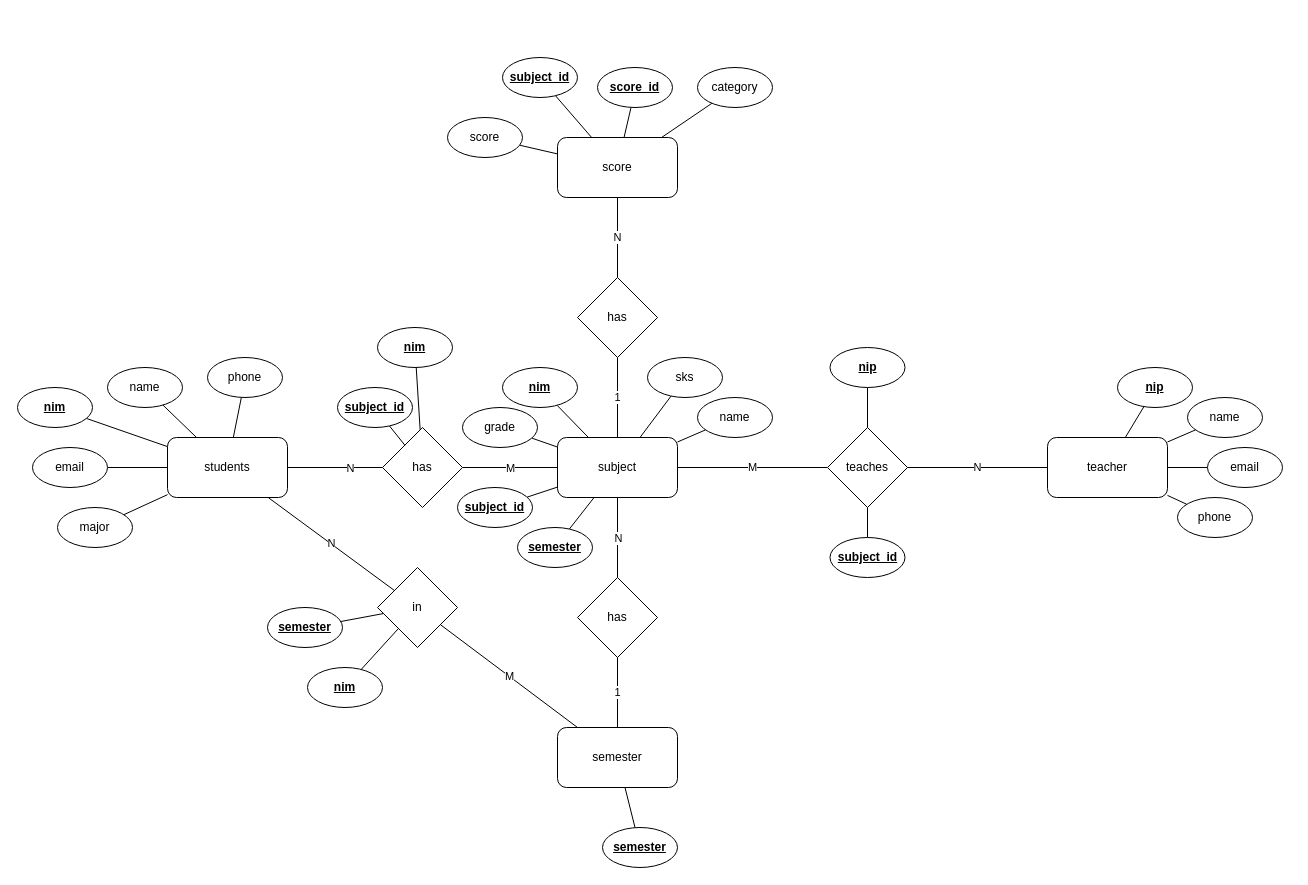
This is data_model/data_model.drawio from thoriqadillah/student-api, a draw.io file, before an edit. Source tidied: cells renumbered, new cells numbered last; positions are measured from the earlier drawing's top-left corner, leaving out a move shared by most shapes. Both pictures are drawn from the tidied source at 100%, with x=0, y=0 at pixel (17, 57).
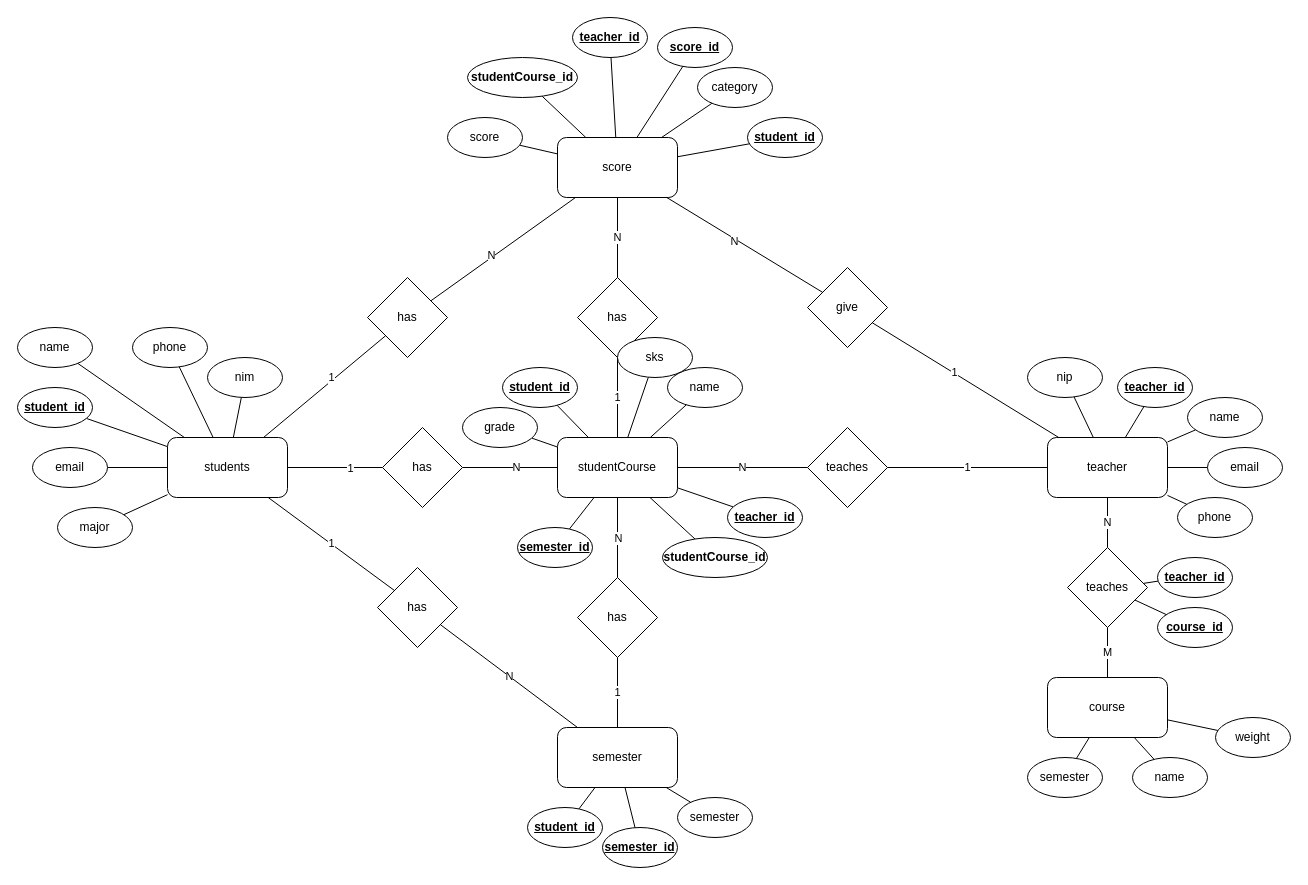
The same diagram, later.

Commit message (it also covers changes not shown here):
fixing data model

The change refers to these unchanged cells:
```xml
<mxCell id="2" style="edgeStyle=orthogonalEdgeStyle;rounded=0;jettySize=auto;html=1;endArrow=none;endFill=0;" parent="1" edge="1" source="5" target="7">
  <mxGeometry relative="1" as="geometry" />
</mxCell>
<mxCell id="5" value="students" style="rounded=1;whiteSpace=wrap;html=1;" parent="1" vertex="1">
  <mxGeometry x="150" y="380" width="120" height="60" as="geometry" />
</mxCell>
<mxCell id="7" value="has" style="rhombus;whiteSpace=wrap;html=1;" parent="1" vertex="1">
  <mxGeometry x="365" y="370" width="80" height="80" as="geometry" />
</mxCell>
<mxCell id="9" value="semester" style="rounded=1;whiteSpace=wrap;html=1;" parent="1" vertex="1">
  <mxGeometry x="540" y="670" width="120" height="60" as="geometry" />
</mxCell>
<mxCell id="12" value="score" style="rounded=1;whiteSpace=wrap;html=1;" parent="1" vertex="1">
  <mxGeometry x="540" y="80" width="120" height="60" as="geometry" />
</mxCell>
<mxCell id="19" value="teacher" style="rounded=1;whiteSpace=wrap;html=1;" parent="1" vertex="1">
  <mxGeometry x="1030" y="380" width="120" height="60" as="geometry" />
</mxCell>
```

Diff of the diagram source:
```diff
@@
-    <mxCell id="3" value="N" style="edgeLabel;html=1;align=center;verticalAlign=middle;" parent="2" vertex="1">
+    <mxCell id="3" value="1" style="edgeLabel;html=1;align=center;verticalAlign=middle;" parent="2" vertex="1">
       <mxGeometry x="0.3" relative="1" as="geometry" />
     </mxCell>
-    <mxCell id="4" value="N" style="edgeStyle=none;rounded=0;jettySize=auto;html=1;endArrow=none;endFill=0;" parent="1" edge="1" source="5" target="31">
+    <mxCell id="4" value="1" style="edgeStyle=none;rounded=0;jettySize=auto;html=1;endArrow=none;endFill=0;" parent="1" edge="1" source="5" target="31">
       <mxGeometry relative="1" as="geometry" />
     </mxCell>
+    <mxCell id="76" style="edgeStyle=none;rounded=0;jettySize=auto;html=1;endArrow=none;endFill=0;startArrow=none;" parent="1" edge="1" source="83" target="12">
+      <mxGeometry relative="1" as="geometry" />
+    </mxCell>
+    <mxCell id="77" value="N" style="edgeLabel;html=1;align=center;verticalAlign=middle;" parent="76" vertex="1">
+      <mxGeometry x="-0.16" y="1" relative="1" as="geometry">
+        <mxPoint y="-1" as="offset" />
+      </mxGeometry>
+    </mxCell>
@@
-    <mxCell id="6" value="M" style="edgeStyle=orthogonalEdgeStyle;rounded=0;jettySize=auto;html=1;endArrow=none;endFill=0;" parent="1" edge="1" source="7">
-      <mxGeometry relative="1" as="geometry">
+    <mxCell id="6" value="N" style="edgeStyle=orthogonalEdgeStyle;rounded=0;jettySize=auto;html=1;endArrow=none;endFill=0;" parent="1" edge="1" source="7">
+      <mxGeometry x="0.16" relative="1" as="geometry">
         <mxPoint x="540" y="410" as="targetPoint" />
       </mxGeometry>
     </mxCell>
@@
-    <mxCell id="14" value="subject" style="rounded=1;whiteSpace=wrap;html=1;" parent="1" vertex="1">
+    <mxCell id="14" value="studentCourse" style="rounded=1;whiteSpace=wrap;html=1;" parent="1" vertex="1">
       <mxGeometry x="540" y="380" width="120" height="60" as="geometry" />
     </mxCell>
@@
-    <mxCell id="18" value="N" style="rounded=0;jettySize=auto;html=1;endArrow=none;endFill=0;" parent="1" edge="1" source="19" target="21">
-      <mxGeometry relative="1" as="geometry" />
-    </mxCell>
+    <mxCell id="78" style="rounded=0;jettySize=auto;html=1;endArrow=none;endFill=0;startArrow=none;" parent="1" edge="1" source="80" target="12">
+      <mxGeometry relative="1" as="geometry" />
+    </mxCell>
+    <mxCell id="79" value="N" style="edgeLabel;html=1;align=center;verticalAlign=middle;" parent="78" vertex="1">
+      <mxGeometry x="0.12" y="2" relative="1" as="geometry" />
+    </mxCell>
@@
-    <mxCell id="20" value="M" style="edgeStyle=none;rounded=0;jettySize=auto;html=1;endArrow=none;endFill=0;" parent="1" edge="1" source="21" target="14">
-      <mxGeometry relative="1" as="geometry" />
-    </mxCell>
-    <mxCell id="21" value="teaches" style="rhombus;whiteSpace=wrap;html=1;" parent="1" vertex="1">
-      <mxGeometry x="810" y="370" width="80" height="80" as="geometry" />
-    </mxCell>
@@
-    <mxCell id="23" value="&lt;b&gt;&lt;u&gt;nim&lt;/u&gt;&lt;/b&gt;" style="ellipse;whiteSpace=wrap;html=1;" parent="1" vertex="1">
+    <mxCell id="23" value="&lt;b&gt;&lt;u&gt;student_id&lt;/u&gt;&lt;/b&gt;" style="ellipse;whiteSpace=wrap;html=1;" parent="1" vertex="1">
       <mxGeometry y="330" width="75" height="40" as="geometry" />
     </mxCell>
@@
     <mxCell id="25" value="name" style="ellipse;whiteSpace=wrap;html=1;" parent="1" vertex="1">
-      <mxGeometry x="90" y="310" width="75" height="40" as="geometry" />
+      <mxGeometry y="270" width="75" height="40" as="geometry" />
     </mxCell>
@@
-    <mxCell id="30" value="M" style="edgeStyle=none;rounded=0;jettySize=auto;html=1;endArrow=none;endFill=0;" parent="1" edge="1" source="31" target="9">
+    <mxCell id="30" value="N" style="edgeStyle=none;rounded=0;jettySize=auto;html=1;endArrow=none;endFill=0;" parent="1" edge="1" source="31" target="9">
       <mxGeometry relative="1" as="geometry" />
     </mxCell>
-    <mxCell id="31" value="in" style="rhombus;whiteSpace=wrap;html=1;" parent="1" vertex="1">
+    <mxCell id="31" value="has" style="rhombus;whiteSpace=wrap;html=1;" parent="1" vertex="1">
       <mxGeometry x="360" y="510" width="80" height="80" as="geometry" />
     </mxCell>
-    <mxCell id="32" style="edgeStyle=none;rounded=0;jettySize=auto;html=1;endArrow=none;endFill=0;" parent="1" edge="1" source="33" target="31">
-      <mxGeometry relative="1" as="geometry" />
-    </mxCell>
-    <mxCell id="33" value="&lt;u&gt;&lt;b&gt;semester&lt;/b&gt;&lt;/u&gt;" style="ellipse;whiteSpace=wrap;html=1;" parent="1" vertex="1">
-      <mxGeometry x="250" y="550" width="75" height="40" as="geometry" />
-    </mxCell>
-    <mxCell id="34" style="edgeStyle=none;rounded=0;jettySize=auto;html=1;endArrow=none;endFill=0;" parent="1" edge="1" source="35" target="31">
-      <mxGeometry relative="1" as="geometry" />
-    </mxCell>
-    <mxCell id="35" value="&lt;b&gt;&lt;u&gt;nim&lt;/u&gt;&lt;/b&gt;" style="ellipse;whiteSpace=wrap;html=1;" parent="1" vertex="1">
-      <mxGeometry x="290" y="610" width="75" height="40" as="geometry" />
-    </mxCell>
@@
-    <mxCell id="37" value="&lt;u&gt;&lt;b&gt;semester&lt;/b&gt;&lt;/u&gt;" style="ellipse;whiteSpace=wrap;html=1;" parent="1" vertex="1">
+    <mxCell id="37" value="&lt;u&gt;&lt;b&gt;semester_id&lt;/b&gt;&lt;/u&gt;" style="ellipse;whiteSpace=wrap;html=1;" parent="1" vertex="1">
       <mxGeometry x="585" y="770" width="75" height="40" as="geometry" />
     </mxCell>
@@
-    <mxCell id="39" value="&lt;u&gt;&lt;b&gt;subject_id&lt;/b&gt;&lt;/u&gt;" style="ellipse;whiteSpace=wrap;html=1;" parent="1" vertex="1">
-      <mxGeometry x="440" y="430" width="75" height="40" as="geometry" />
+    <mxCell id="39" value="&lt;b&gt;studentCourse_id&lt;/b&gt;" style="ellipse;whiteSpace=wrap;html=1;" parent="1" vertex="1">
+      <mxGeometry x="645" y="480" width="105" height="40" as="geometry" />
     </mxCell>
@@
-    <mxCell id="41" value="&lt;u&gt;&lt;b&gt;semester&lt;/b&gt;&lt;/u&gt;" style="ellipse;whiteSpace=wrap;html=1;" parent="1" vertex="1">
+    <mxCell id="41" value="&lt;u&gt;&lt;b&gt;semester_id&lt;/b&gt;&lt;/u&gt;" style="ellipse;whiteSpace=wrap;html=1;" parent="1" vertex="1">
       <mxGeometry x="500" y="470" width="75" height="40" as="geometry" />
     </mxCell>
@@
-    <mxCell id="43" value="&lt;b&gt;&lt;u&gt;nim&lt;/u&gt;&lt;/b&gt;" style="ellipse;whiteSpace=wrap;html=1;" parent="1" vertex="1">
+    <mxCell id="43" value="&lt;b&gt;&lt;u&gt;student_id&lt;/u&gt;&lt;/b&gt;" style="ellipse;whiteSpace=wrap;html=1;" parent="1" vertex="1">
       <mxGeometry x="485" y="310" width="75" height="40" as="geometry" />
     </mxCell>
@@
     <mxCell id="45" value="name" style="ellipse;whiteSpace=wrap;html=1;" parent="1" vertex="1">
-      <mxGeometry x="680" y="340" width="75" height="40" as="geometry" />
+      <mxGeometry x="650" y="310" width="75" height="40" as="geometry" />
     </mxCell>
@@
     <mxCell id="47" value="sks" style="ellipse;whiteSpace=wrap;html=1;" parent="1" vertex="1">
-      <mxGeometry x="630" y="300" width="75" height="40" as="geometry" />
+      <mxGeometry x="600" y="280" width="75" height="40" as="geometry" />
     </mxCell>
@@
-    <mxCell id="49" value="&lt;u&gt;&lt;b&gt;subject_id&lt;/b&gt;&lt;/u&gt;" style="ellipse;whiteSpace=wrap;html=1;" parent="1" vertex="1">
-      <mxGeometry x="485" width="75" height="40" as="geometry" />
+    <mxCell id="49" value="&lt;b&gt;studentCourse_id&lt;/b&gt;" style="ellipse;whiteSpace=wrap;html=1;" parent="1" vertex="1">
+      <mxGeometry x="450" width="110" height="40" as="geometry" />
     </mxCell>
@@
     <mxCell id="51" value="&lt;u&gt;&lt;b&gt;score_id&lt;/b&gt;&lt;/u&gt;" style="ellipse;whiteSpace=wrap;html=1;" parent="1" vertex="1">
-      <mxGeometry x="580" y="10" width="75" height="40" as="geometry" />
+      <mxGeometry x="640" y="-30" width="75" height="40" as="geometry" />
     </mxCell>
@@
-    <mxCell id="56" style="edgeStyle=none;rounded=0;jettySize=auto;html=1;endArrow=none;endFill=0;" parent="1" edge="1" source="57" target="21">
-      <mxGeometry relative="1" as="geometry" />
-    </mxCell>
-    <mxCell id="57" value="&lt;u&gt;&lt;b&gt;subject_id&lt;/b&gt;&lt;/u&gt;" style="ellipse;whiteSpace=wrap;html=1;" parent="1" vertex="1">
-      <mxGeometry x="812.5" y="480" width="75" height="40" as="geometry" />
-    </mxCell>
@@
-    <mxCell id="59" value="&lt;u&gt;&lt;b&gt;nip&lt;/b&gt;&lt;/u&gt;" style="ellipse;whiteSpace=wrap;html=1;" parent="1" vertex="1">
+    <mxCell id="59" value="&lt;u&gt;&lt;b&gt;teacher_id&lt;/b&gt;&lt;/u&gt;" style="ellipse;whiteSpace=wrap;html=1;" parent="1" vertex="1">
       <mxGeometry x="1100" y="310" width="75" height="40" as="geometry" />
     </mxCell>
-    <mxCell id="60" style="edgeStyle=none;rounded=0;jettySize=auto;html=1;endArrow=none;endFill=0;" parent="1" edge="1" source="61" target="21">
-      <mxGeometry relative="1" as="geometry" />
-    </mxCell>
-    <mxCell id="61" value="&lt;u&gt;&lt;b&gt;nip&lt;/b&gt;&lt;/u&gt;" style="ellipse;whiteSpace=wrap;html=1;" parent="1" vertex="1">
-      <mxGeometry x="812.5" y="290" width="75" height="40" as="geometry" />
-    </mxCell>
@@
     <mxCell id="67" value="phone" style="ellipse;whiteSpace=wrap;html=1;" parent="1" vertex="1">
-      <mxGeometry x="190" y="300" width="75" height="40" as="geometry" />
+      <mxGeometry x="115" y="270" width="75" height="40" as="geometry" />
     </mxCell>
@@
-    <mxCell id="72" style="edgeStyle=none;rounded=0;jettySize=auto;html=1;endArrow=none;endFill=0;" parent="1" edge="1" source="73" target="7">
-      <mxGeometry relative="1" as="geometry" />
-    </mxCell>
-    <mxCell id="73" value="&lt;u&gt;&lt;b&gt;subject_id&lt;/b&gt;&lt;/u&gt;" style="ellipse;whiteSpace=wrap;html=1;" parent="1" vertex="1">
-      <mxGeometry x="320" y="330" width="75" height="40" as="geometry" />
-    </mxCell>
-    <mxCell id="74" style="rounded=0;jettySize=auto;html=1;endArrow=none;endFill=0;" parent="1" edge="1" source="75" target="7">
-      <mxGeometry relative="1" as="geometry" />
-    </mxCell>
-    <mxCell id="75" value="&lt;b&gt;&lt;u&gt;nim&lt;/u&gt;&lt;/b&gt;" style="ellipse;whiteSpace=wrap;html=1;" parent="1" vertex="1">
-      <mxGeometry x="360" y="270" width="75" height="40" as="geometry" />
-    </mxCell>
+    <mxCell id="80" value="give" style="rhombus;whiteSpace=wrap;html=1;" parent="1" vertex="1">
+      <mxGeometry x="790" y="210" width="80" height="80" as="geometry" />
+    </mxCell>
+    <mxCell id="81" style="rounded=0;jettySize=auto;html=1;endArrow=none;endFill=0;" parent="1" edge="1" source="19" target="80">
+      <mxGeometry relative="1" as="geometry" />
+    </mxCell>
+    <mxCell id="82" value="1" style="edgeLabel;html=1;align=center;verticalAlign=middle;" parent="81" vertex="1">
+      <mxGeometry x="0.13" y="-1" relative="1" as="geometry" />
+    </mxCell>
+    <mxCell id="83" value="has" style="rhombus;whiteSpace=wrap;html=1;" parent="1" vertex="1">
+      <mxGeometry x="350" y="220" width="80" height="80" as="geometry" />
+    </mxCell>
+    <mxCell id="84" style="edgeStyle=none;rounded=0;jettySize=auto;html=1;endArrow=none;endFill=0;" parent="1" edge="1" source="5" target="83">
+      <mxGeometry relative="1" as="geometry" />
+    </mxCell>
+    <mxCell id="85" value="1" style="edgeLabel;html=1;align=center;verticalAlign=middle;" parent="84" vertex="1">
+      <mxGeometry x="0.15" y="3" relative="1" as="geometry" />
+    </mxCell>
+    <mxCell id="86" style="edgeStyle=none;rounded=0;jettySize=auto;html=1;endArrow=none;endFill=0;" parent="1" edge="1" source="87" target="12">
+      <mxGeometry relative="1" as="geometry" />
+    </mxCell>
+    <mxCell id="87" value="&lt;u&gt;&lt;b&gt;teacher_id&lt;/b&gt;&lt;/u&gt;" style="ellipse;whiteSpace=wrap;html=1;" parent="1" vertex="1">
+      <mxGeometry x="555" y="-40" width="75" height="40" as="geometry" />
+    </mxCell>
+    <mxCell id="88" style="edgeStyle=none;rounded=0;jettySize=auto;html=1;endArrow=none;endFill=0;" parent="1" edge="1" source="89" target="12">
+      <mxGeometry relative="1" as="geometry" />
+    </mxCell>
+    <mxCell id="89" value="&lt;b&gt;&lt;u&gt;student_id&lt;/u&gt;&lt;/b&gt;" style="ellipse;whiteSpace=wrap;html=1;" parent="1" vertex="1">
+      <mxGeometry x="730" y="60" width="75" height="40" as="geometry" />
+    </mxCell>
+    <mxCell id="90" style="edgeStyle=none;rounded=0;jettySize=auto;html=1;endArrow=none;endFill=0;" parent="1" edge="1" source="91" target="9">
+      <mxGeometry relative="1" as="geometry" />
+    </mxCell>
+    <mxCell id="91" value="&lt;b&gt;&lt;u&gt;student_id&lt;/u&gt;&lt;/b&gt;" style="ellipse;whiteSpace=wrap;html=1;" parent="1" vertex="1">
+      <mxGeometry x="510" y="750" width="75" height="40" as="geometry" />
+    </mxCell>
+    <mxCell id="92" value="course" style="rounded=1;whiteSpace=wrap;html=1;" parent="1" vertex="1">
+      <mxGeometry x="1030" y="620" width="120" height="60" as="geometry" />
+    </mxCell>
+    <mxCell id="93" value="N" style="edgeStyle=none;rounded=0;jettySize=auto;html=1;endArrow=none;endFill=0;" parent="1" edge="1" source="94" target="19">
+      <mxGeometry relative="1" as="geometry" />
+    </mxCell>
+    <mxCell id="20" value="M" style="edgeStyle=none;rounded=0;jettySize=auto;html=1;endArrow=none;endFill=0;" parent="1" edge="1" source="94" target="92">
+      <mxGeometry relative="1" as="geometry" />
+    </mxCell>
+    <mxCell id="94" value="teaches" style="rhombus;whiteSpace=wrap;html=1;" parent="1" vertex="1">
+      <mxGeometry x="1050" y="490" width="80" height="80" as="geometry" />
+    </mxCell>
+    <mxCell id="95" style="edgeStyle=none;rounded=0;jettySize=auto;html=1;endArrow=none;endFill=0;" parent="1" edge="1" source="96" target="94">
+      <mxGeometry relative="1" as="geometry" />
+    </mxCell>
+    <mxCell id="96" value="&lt;u&gt;&lt;b&gt;teacher_id&lt;/b&gt;&lt;/u&gt;" style="ellipse;whiteSpace=wrap;html=1;" parent="1" vertex="1">
+      <mxGeometry x="1140" y="500" width="75" height="40" as="geometry" />
+    </mxCell>
+    <mxCell id="97" style="edgeStyle=none;rounded=0;jettySize=auto;html=1;endArrow=none;endFill=0;" parent="1" edge="1" source="98" target="94">
+      <mxGeometry relative="1" as="geometry" />
+    </mxCell>
+    <mxCell id="98" value="&lt;u&gt;&lt;b&gt;course_id&lt;/b&gt;&lt;/u&gt;" style="ellipse;whiteSpace=wrap;html=1;" parent="1" vertex="1">
+      <mxGeometry x="1140" y="550" width="75" height="40" as="geometry" />
+    </mxCell>
+    <mxCell id="99" style="edgeStyle=none;rounded=0;jettySize=auto;html=1;endArrow=none;endFill=0;" parent="1" edge="1" source="100" target="92">
+      <mxGeometry relative="1" as="geometry" />
+    </mxCell>
+    <mxCell id="100" value="name" style="ellipse;whiteSpace=wrap;html=1;" parent="1" vertex="1">
+      <mxGeometry x="1115" y="700" width="75" height="40" as="geometry" />
+    </mxCell>
+    <mxCell id="101" style="edgeStyle=none;rounded=0;jettySize=auto;html=1;endArrow=none;endFill=0;" parent="1" edge="1" source="102" target="92">
+      <mxGeometry relative="1" as="geometry" />
+    </mxCell>
+    <mxCell id="102" value="weight" style="ellipse;whiteSpace=wrap;html=1;" parent="1" vertex="1">
+      <mxGeometry x="1198" y="660" width="75" height="40" as="geometry" />
+    </mxCell>
+    <mxCell id="103" style="edgeStyle=none;rounded=0;jettySize=auto;html=1;endArrow=none;endFill=0;" parent="1" edge="1" source="104" target="92">
+      <mxGeometry relative="1" as="geometry" />
+    </mxCell>
+    <mxCell id="104" value="semester" style="ellipse;whiteSpace=wrap;html=1;" parent="1" vertex="1">
+      <mxGeometry x="1010" y="700" width="75" height="40" as="geometry" />
+    </mxCell>
+    <mxCell id="105" style="edgeStyle=none;rounded=0;jettySize=auto;html=1;endArrow=none;endFill=0;" parent="1" edge="1" source="106" target="5">
+      <mxGeometry relative="1" as="geometry" />
+    </mxCell>
+    <mxCell id="106" value="nim" style="ellipse;whiteSpace=wrap;html=1;" parent="1" vertex="1">
+      <mxGeometry x="190" y="300" width="75" height="40" as="geometry" />
+    </mxCell>
+    <mxCell id="107" style="edgeStyle=none;rounded=0;jettySize=auto;html=1;endArrow=none;endFill=0;" parent="1" edge="1" source="61" target="19">
+      <mxGeometry relative="1" as="geometry" />
+    </mxCell>
+    <mxCell id="61" value="nip" style="ellipse;whiteSpace=wrap;html=1;" parent="1" vertex="1">
+      <mxGeometry x="1010" y="300" width="75" height="40" as="geometry" />
+    </mxCell>
+    <mxCell id="108" style="edgeStyle=none;rounded=0;jettySize=auto;html=1;endArrow=none;endFill=0;" parent="1" edge="1" source="109" target="9">
+      <mxGeometry relative="1" as="geometry" />
+    </mxCell>
+    <mxCell id="109" value="semester" style="ellipse;whiteSpace=wrap;html=1;" parent="1" vertex="1">
+      <mxGeometry x="660" y="740" width="75" height="40" as="geometry" />
+    </mxCell>
+    <mxCell id="110" value="1" style="edgeStyle=none;rounded=0;jettySize=auto;html=1;endArrow=none;endFill=0;" parent="1" edge="1" source="112" target="19">
+      <mxGeometry relative="1" as="geometry" />
+    </mxCell>
+    <mxCell id="111" value="N" style="edgeStyle=none;rounded=0;jettySize=auto;html=1;exitX=0;exitY=0.5;exitDx=0;exitDy=0;endArrow=none;endFill=0;" parent="1" edge="1" source="112" target="14">
+      <mxGeometry relative="1" as="geometry" />
+    </mxCell>
+    <mxCell id="112" value="teaches" style="rhombus;whiteSpace=wrap;html=1;" parent="1" vertex="1">
+      <mxGeometry x="790" y="370" width="80" height="80" as="geometry" />
+    </mxCell>
+    <mxCell id="113" style="edgeStyle=none;rounded=0;jettySize=auto;html=1;endArrow=none;endFill=0;" parent="1" edge="1" source="114" target="14">
+      <mxGeometry relative="1" as="geometry" />
+    </mxCell>
+    <mxCell id="114" value="&lt;u&gt;&lt;b&gt;teacher_id&lt;/b&gt;&lt;/u&gt;" style="ellipse;whiteSpace=wrap;html=1;" parent="1" vertex="1">
+      <mxGeometry x="710" y="440" width="75" height="40" as="geometry" />
+    </mxCell>
```
